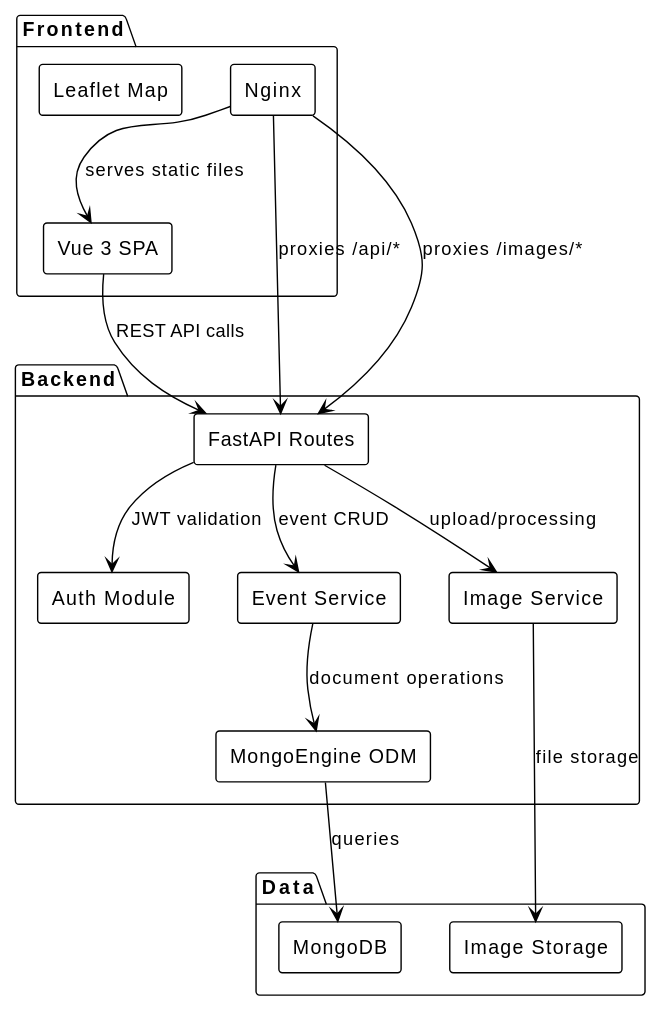
Before: docs/diagrams/architecture.svg, a diagram exported from PlantUML (HEIG-RESONATE/resonate2).
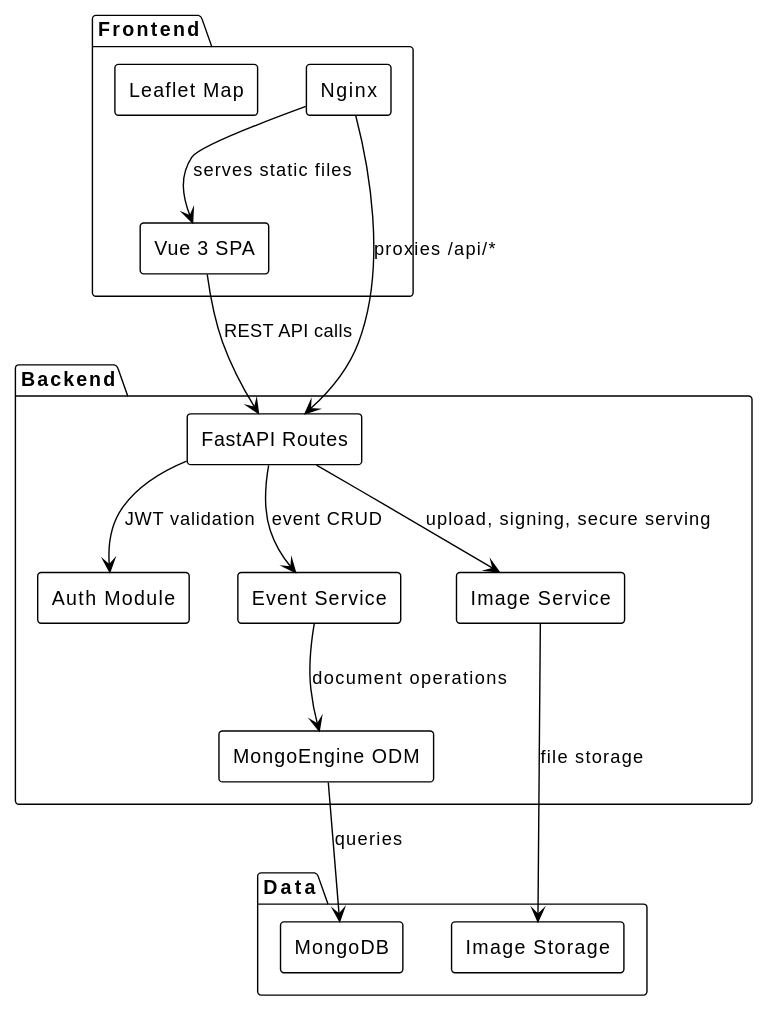
The same file after the commit.

What changed in the source:
```diff
@@ -24,11 +24,10 @@
 
 [Nginx] --> [Vue] : serves static files
 [Nginx] --> [API] : proxies /api/*
-[Nginx] --> [API] : proxies /images/*
 [Vue] --> [API] : REST API calls
 [API] --> [Auth] : JWT validation
 [API] --> [EventService] : event CRUD
-[API] --> [ImageService] : upload/processing
+[API] --> [ImageService] : upload, signing, secure serving
 [EventService] --> [ODM] : document operations
 [ImageService] --> [Images] : file storage
 [ODM] --> [Mongo] : queries
```
